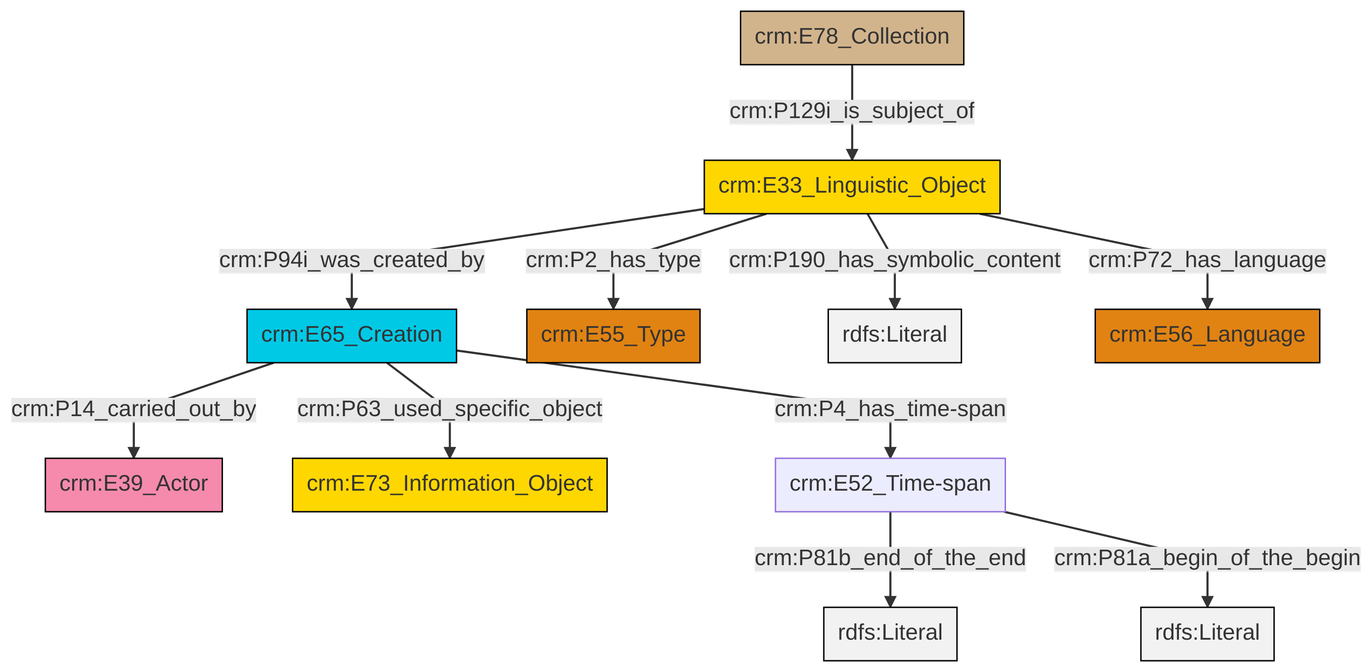
Before: et/archivalCSV/ttl/mmd/png/archival_desc.png, a diagram exported from Mermaid (swiss-art-research-net/docs.swissartresearch). Its source is kept beside it as et/archivalCSV/ttl/mmd/archival_desc.ttl.mmd.
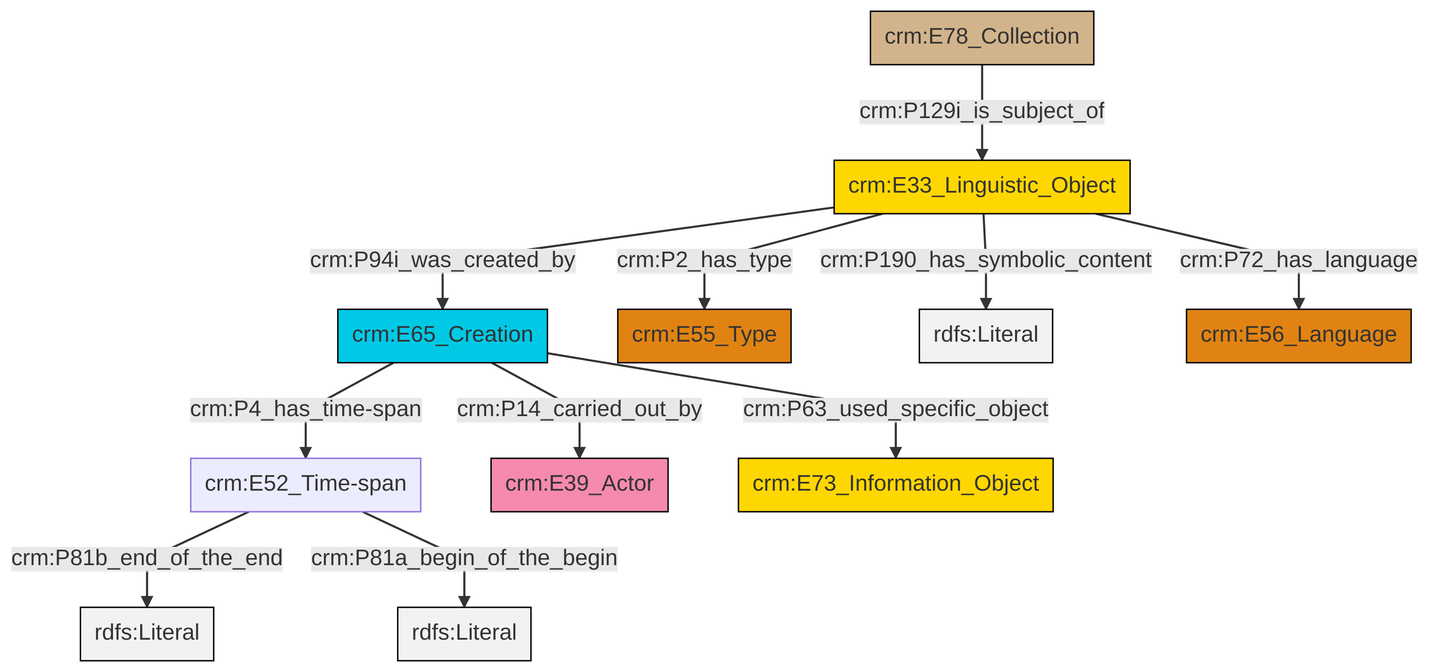
The same diagram one commit later.

What changed in the source:
```diff
@@ -13,13 +13,13 @@
 classDef PC_Classes fill:#4ce600, stroke:#000000;
 classDef Multi fill:#cccccc,stroke:#000000;
 
-2["crm:E65_Creation"]:::Temporal_Entity -->|crm:P14_carried_out_by| 3["crm:E39_Actor"]:::Actor
-8["crm:E52_Time-span"]:::Default -->|crm:P81b_end_of_the_end| 9[rdfs:Literal]:::Literal
-0["crm:E33_Linguistic_Object"]:::Conceptual_Object -->|crm:P190_has_symbolic_content| 10[rdfs:Literal]:::Literal
-8["crm:E52_Time-span"]:::Default -->|crm:P81a_begin_of_the_begin| 11[rdfs:Literal]:::Literal
-14["crm:E78_Collection"]:::Physical_Thing -->|crm:P129i_is_subject_of| 0["crm:E33_Linguistic_Object"]:::Conceptual_Object
-0["crm:E33_Linguistic_Object"]:::Conceptual_Object -->|crm:P2_has_type| 4["crm:E55_Type"]:::Type
-0["crm:E33_Linguistic_Object"]:::Conceptual_Object -->|crm:P94i_was_created_by| 2["crm:E65_Creation"]:::Temporal_Entity
-0["crm:E33_Linguistic_Object"]:::Conceptual_Object -->|crm:P72_has_language| 16["crm:E56_Language"]:::Type
-2["crm:E65_Creation"]:::Temporal_Entity -->|crm:P63_used_specific_object| 6["crm:E73_Information_Object"]:::Conceptual_Object
-2["crm:E65_Creation"]:::Temporal_Entity -->|crm:P4_has_time-span| 8["crm:E52_Time-span"]:::Default
+0["crm:E78_Collection"]:::Physical_Thing -->|crm:P129i_is_subject_of| 1["crm:E33_Linguistic_Object"]:::Conceptual_Object
+2["crm:E52_Time-span"]:::Default -->|crm:P81b_end_of_the_end| 3[rdfs:Literal]:::Literal
+6["crm:E65_Creation"]:::Temporal_Entity -->|crm:P14_carried_out_by| 10["crm:E39_Actor"]:::Actor
+1["crm:E33_Linguistic_Object"]:::Conceptual_Object -->|crm:P94i_was_created_by| 6["crm:E65_Creation"]:::Temporal_Entity
+6["crm:E65_Creation"]:::Temporal_Entity -->|crm:P63_used_specific_object| 12["crm:E73_Information_Object"]:::Conceptual_Object
+2["crm:E52_Time-span"]:::Default -->|crm:P81a_begin_of_the_begin| 14[rdfs:Literal]:::Literal
+1["crm:E33_Linguistic_Object"]:::Conceptual_Object -->|crm:P190_has_symbolic_content| 15[rdfs:Literal]:::Literal
+1["crm:E33_Linguistic_Object"]:::Conceptual_Object -->|crm:P2_has_type| 8["crm:E55_Type"]:::Type
+6["crm:E65_Creation"]:::Temporal_Entity -->|crm:P4_has_time-span| 2["crm:E52_Time-span"]:::Default
+1["crm:E33_Linguistic_Object"]:::Conceptual_Object -->|crm:P72_has_language| 16["crm:E56_Language"]:::Type
```
